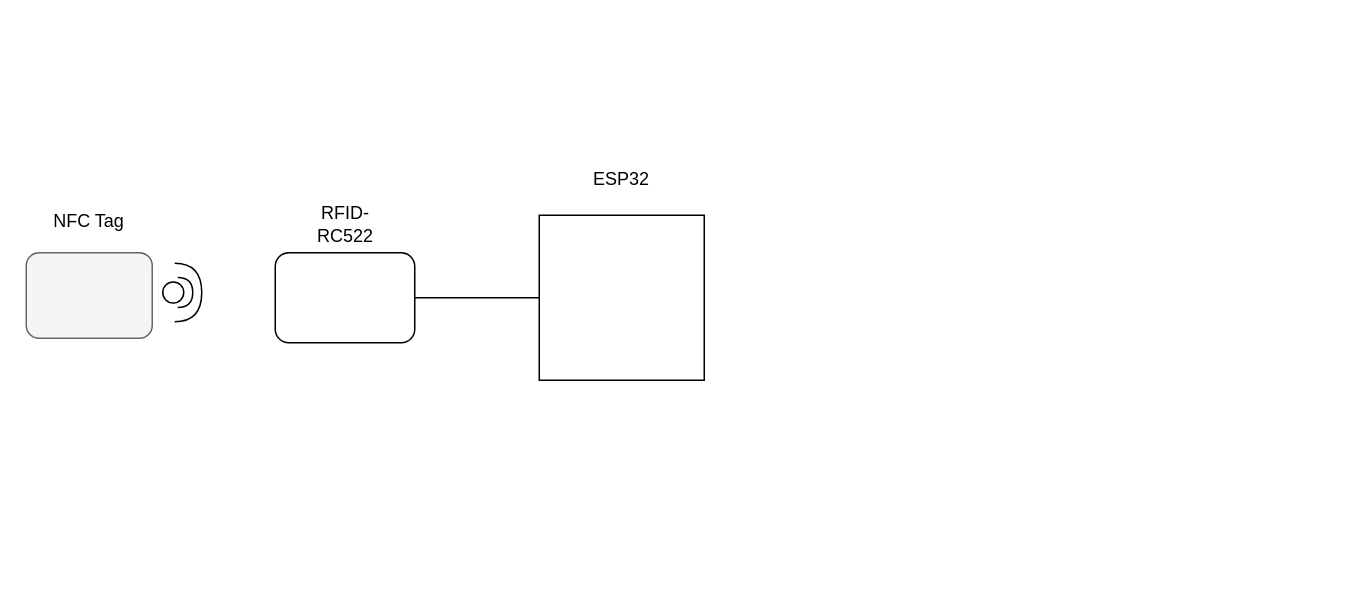
Before: Untitled Diagram.drawio in Thecalius/ESP32-Attendance, a draw.io diagram. Source tidied: cells renumbered, new cells numbered last; positions are measured from the earlier drawing's top-left corner, leaving out a move shared by most shapes. Both pictures are drawn from the tidied source at 150%, with x=0, y=0 at pixel (26, 156).
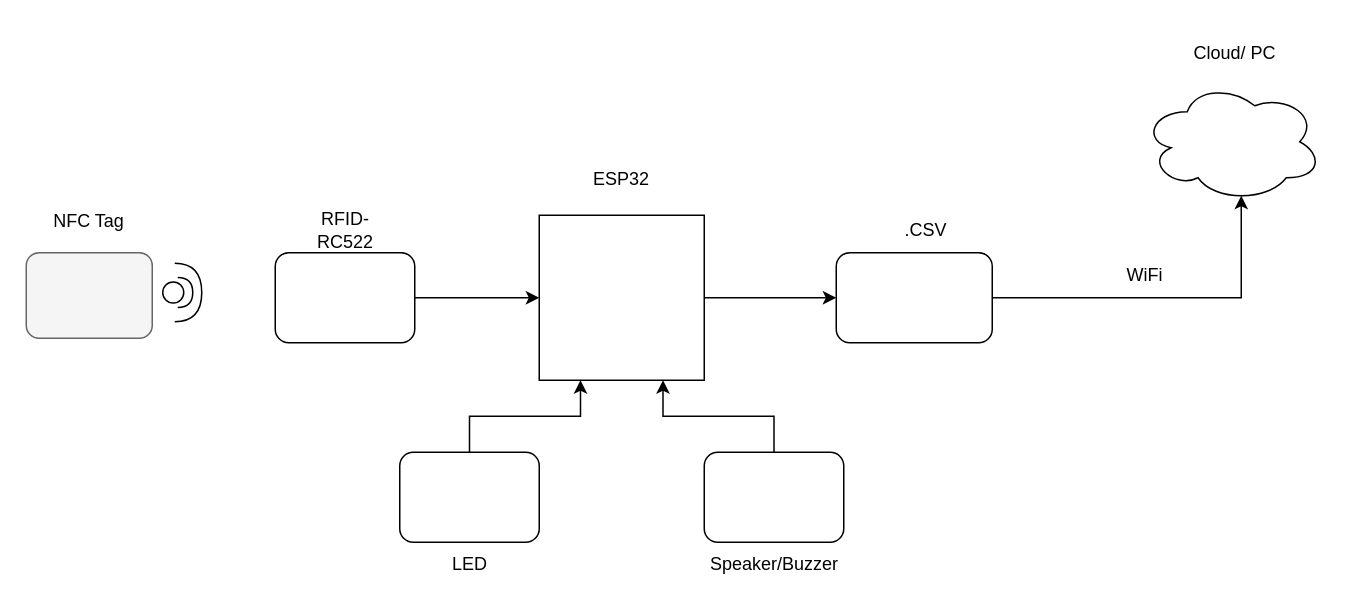
After the change.

Commit message:
Block Diagram

Unchanged cells that the change refers to:
```xml
<mxCell id="5" style="rounded=1;whiteSpace=wrap;html=1;" parent="1" vertex="1">
  <mxGeometry x="166" y="64" width="93" height="60" as="geometry" />
</mxCell>
<mxCell id="6" style="whiteSpace=wrap;html=1;" parent="1" vertex="1">
  <mxGeometry x="342" y="39" width="110" height="110" as="geometry" />
</mxCell>
```

The edit, as a diff of the source:
```diff
@@
+    <mxCell id="7" style="edgeStyle=orthogonalEdgeStyle;rounded=0;jettySize=auto;html=1;exitX=1;exitY=0.5;exitDx=0;exitDy=0;entryX=0;entryY=0.5;entryDx=0;entryDy=0;" parent="1" edge="1" source="5" target="6">
+      <mxGeometry relative="1" as="geometry" />
+    </mxCell>
@@
+    <mxCell id="11" style="edgeStyle=orthogonalEdgeStyle;rounded=0;jettySize=auto;html=1;exitX=1;exitY=0.5;exitDx=0;exitDy=0;entryX=0;entryY=0.5;entryDx=0;entryDy=0;" parent="1" edge="1" source="6" target="18">
+      <mxGeometry relative="1" as="geometry" />
+    </mxCell>
@@
-    <mxCell id="7" style="endArrow=none;html=1;rounded=0;exitX=1;exitY=0.5;exitDx=0;exitDy=0;entryX=0;entryY=0.5;entryDx=0;entryDy=0;" parent="1" edge="1" source="5" target="6">
-      <mxGeometry relative="1" as="geometry" />
-    </mxCell>
@@
     <mxCell id="9" value="RFID-RC522" style="text;strokeColor=none;align=center;fillColor=none;html=1;verticalAlign=middle;whiteSpace=wrap;rounded=0;" parent="1" vertex="1">
-      <mxGeometry x="182.5" y="30" width="60" height="30" as="geometry" />
+      <mxGeometry x="182.5" y="34" width="60" height="30" as="geometry" />
     </mxCell>
@@
+    <mxCell id="12" style="edgeStyle=orthogonalEdgeStyle;rounded=0;jettySize=auto;html=1;exitX=0.5;exitY=0;exitDx=0;exitDy=0;entryX=0.25;entryY=1;entryDx=0;entryDy=0;" parent="1" edge="1" source="13" target="6">
+      <mxGeometry relative="1" as="geometry" />
+    </mxCell>
+    <mxCell id="13" style="rounded=1;whiteSpace=wrap;html=1;" parent="1" vertex="1">
+      <mxGeometry x="249" y="197" width="93" height="60" as="geometry" />
+    </mxCell>
+    <mxCell id="14" style="edgeStyle=orthogonalEdgeStyle;rounded=0;jettySize=auto;html=1;exitX=0.5;exitY=0;exitDx=0;exitDy=0;entryX=0.75;entryY=1;entryDx=0;entryDy=0;" parent="1" edge="1" source="15" target="6">
+      <mxGeometry relative="1" as="geometry" />
+    </mxCell>
+    <mxCell id="15" style="rounded=1;whiteSpace=wrap;html=1;" parent="1" vertex="1">
+      <mxGeometry x="452" y="197" width="93" height="60" as="geometry" />
+    </mxCell>
+    <mxCell id="16" value="LED" style="text;strokeColor=none;align=center;fillColor=none;html=1;verticalAlign=middle;whiteSpace=wrap;rounded=0;" parent="1" vertex="1">
+      <mxGeometry x="265.5" y="257" width="60" height="30" as="geometry" />
+    </mxCell>
+    <mxCell id="17" value="Speaker/Buzzer" style="text;strokeColor=none;align=center;fillColor=none;html=1;verticalAlign=middle;whiteSpace=wrap;rounded=0;" parent="1" vertex="1">
+      <mxGeometry x="468.5" y="257" width="60" height="30" as="geometry" />
+    </mxCell>
+    <mxCell id="18" style="rounded=1;whiteSpace=wrap;html=1;" parent="1" vertex="1">
+      <mxGeometry x="540" y="64" width="104" height="60" as="geometry" />
+    </mxCell>
+    <mxCell id="19" value=".CSV" style="text;strokeColor=none;align=center;fillColor=none;html=1;verticalAlign=middle;whiteSpace=wrap;rounded=0;" parent="1" vertex="1">
+      <mxGeometry x="570" y="34" width="60" height="30" as="geometry" />
+    </mxCell>
+    <mxCell id="20" value="WiFi" style="text;strokeColor=none;align=center;fillColor=none;html=1;verticalAlign=middle;whiteSpace=wrap;rounded=0;" parent="1" vertex="1">
+      <mxGeometry x="716" y="64" width="60" height="30" as="geometry" />
+    </mxCell>
+    <mxCell id="21" style="ellipse;shape=cloud;whiteSpace=wrap;html=1;" parent="1" vertex="1">
+      <mxGeometry x="744" y="-50" width="120" height="80" as="geometry" />
+    </mxCell>
+    <mxCell id="22" style="edgeStyle=orthogonalEdgeStyle;rounded=0;jettySize=auto;html=1;exitX=1;exitY=0.5;exitDx=0;exitDy=0;entryX=0.55;entryY=0.95;entryDx=0;entryDy=0;entryPerimeter=0;" parent="1" edge="1" source="18" target="21">
+      <mxGeometry relative="1" as="geometry" />
+    </mxCell>
+    <mxCell id="23" value="Cloud/ PC" style="text;strokeColor=none;align=center;fillColor=none;html=1;verticalAlign=middle;whiteSpace=wrap;rounded=0;" parent="1" vertex="1">
+      <mxGeometry x="776" y="-87.2" width="60" height="37.2" as="geometry" />
+    </mxCell>
```
